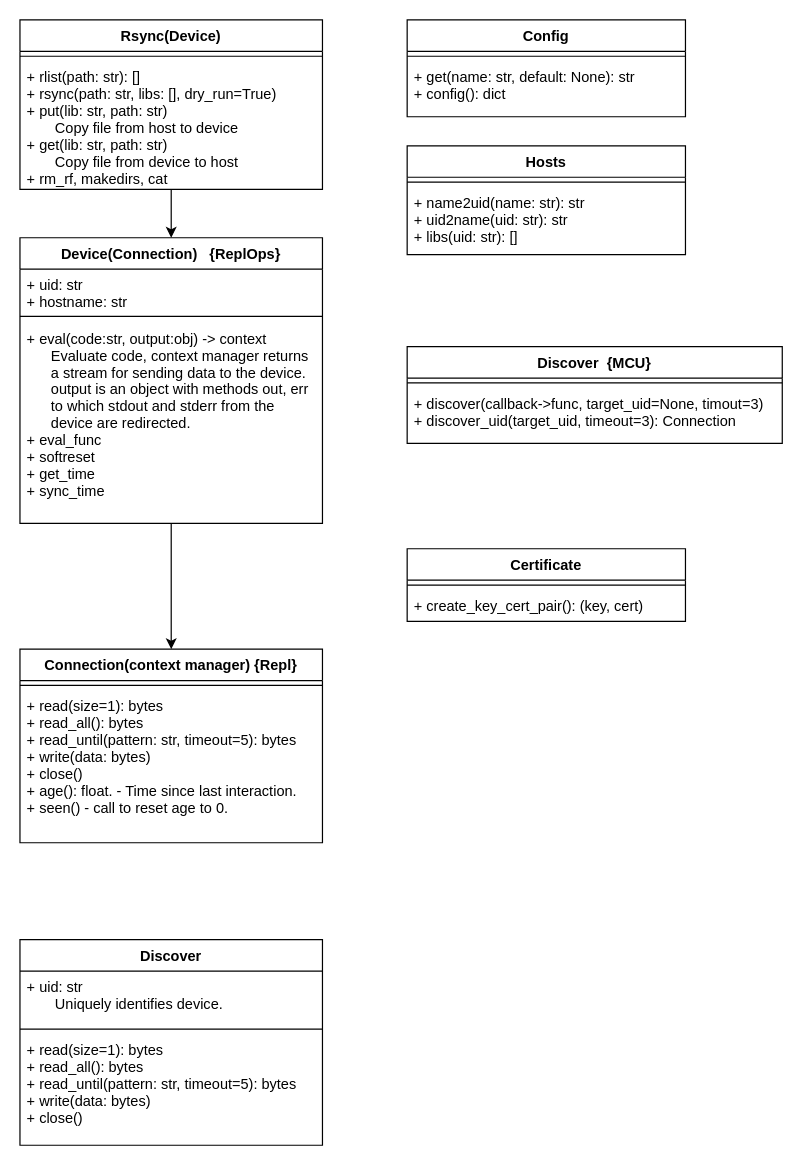
This is overview.dio from vtt-info/iot-device, a draw.io file, before an edit. Source tidied: cells renumbered, new cells numbered last; positions are measured from the earlier drawing's top-left corner, leaving out a move shared by most shapes. Both pictures are drawn from the tidied source at 121%, with x=0, y=0 at pixel (19, 19).
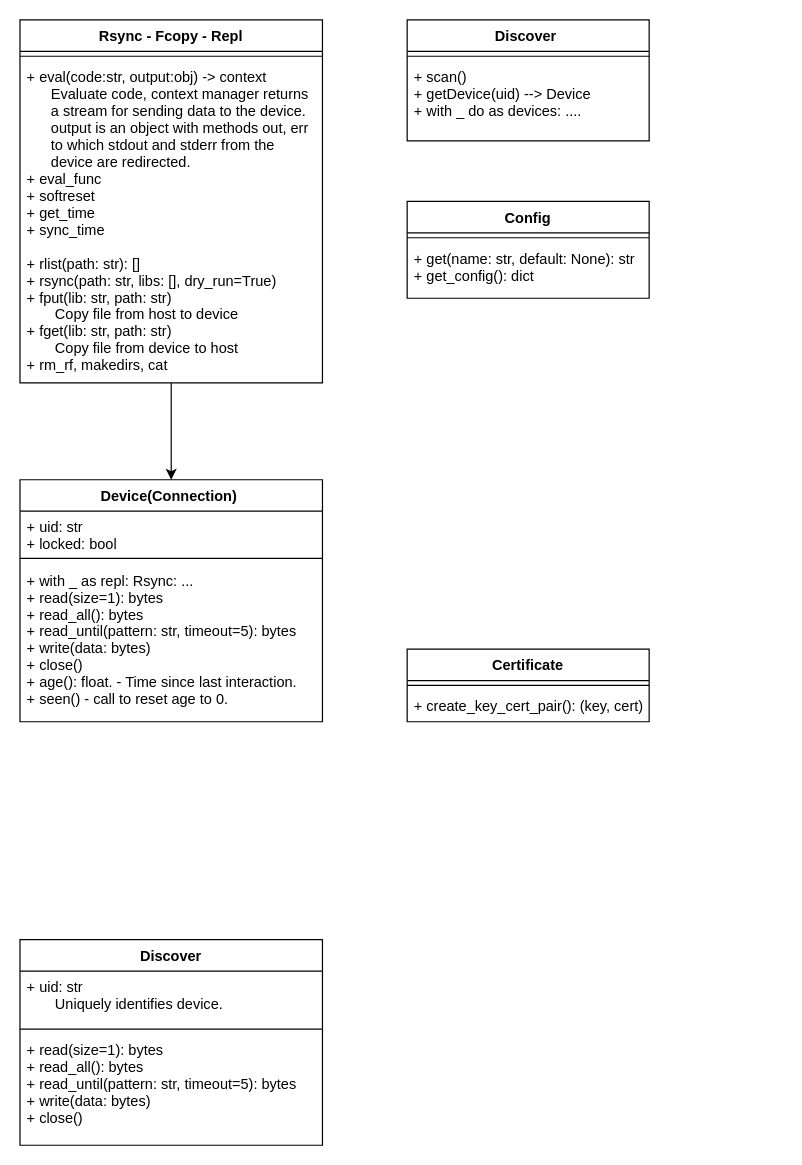
After the change.

Change to the diagram source:
```diff
@@
-    <mxCell id="2" style="edgeStyle=orthogonalEdgeStyle;rounded=0;html=1;entryX=0.5;entryY=0;jettySize=auto;" parent="1" edge="1" source="3" target="7">
-      <mxGeometry relative="1" as="geometry" />
-    </mxCell>
-    <mxCell id="3" value="Device(Connection)   {ReplOps}" style="swimlane;fontStyle=1;align=center;verticalAlign=top;horizontal=1;startSize=26;swimlaneFillColor=#ffffff;" parent="1" vertex="1">
-      <mxGeometry y="180" width="250" height="236" as="geometry" />
+    <mxCell id="3" value="Device(Connection) " style="swimlane;fontStyle=1;align=center;verticalAlign=top;horizontal=1;startSize=26;swimlaneFillColor=#ffffff;" parent="1" vertex="1">
+      <mxGeometry y="380" width="250" height="200" as="geometry" />
     </mxCell>
-    <mxCell id="4" value="+ uid: str&#10;+ hostname: str" style="text;strokeColor=none;fillColor=none;align=left;verticalAlign=top;spacingLeft=4;spacingRight=4;overflow=hidden;" parent="3" vertex="1">
+    <mxCell id="4" value="+ uid: str&#10;+ locked: bool" style="text;strokeColor=none;fillColor=none;align=left;verticalAlign=top;spacingLeft=4;spacingRight=4;overflow=hidden;" parent="3" vertex="1">
       <mxGeometry y="26" width="250" height="34" as="geometry" />
     </mxCell>
@@
-    <mxCell id="6" value="+ eval(code:str, output:obj) -&gt; context&#10;      Evaluate code, context manager returns &#10;      a stream for sending data to the device.&#10;      output is an object with methods out, err&#10;      to which stdout and stderr from the &#10;      device are redirected.&#10;+ eval_func&#10;+ softreset&#10;+ get_time&#10;+ sync_time&#10;&#10;" style="text;strokeColor=none;fillColor=none;align=left;verticalAlign=top;spacingLeft=4;spacingRight=4;overflow=hidden;" parent="3" vertex="1">
-      <mxGeometry y="70" width="250" height="166" as="geometry" />
+    <mxCell id="6" value="+ with _ as repl: Rsync: ...&#10;+ read(size=1): bytes&#10;+ read_all(): bytes&#10;+ read_until(pattern: str, timeout=5): bytes&#10;+ write(data: bytes)&#10;+ close()&#10;+ age(): float. - Time since last interaction.&#10;+ seen() - call to reset age to 0.&#10;" style="text;strokeColor=none;fillColor=none;align=left;verticalAlign=top;spacingLeft=4;spacingRight=4;overflow=hidden;" parent="3" vertex="1">
+      <mxGeometry y="70" width="250" height="130" as="geometry" />
     </mxCell>
-    <mxCell id="7" value="Connection(context manager) {Repl}" style="swimlane;fontStyle=1;align=center;verticalAlign=top;horizontal=1;startSize=26;swimlaneFillColor=#ffffff;" parent="1" vertex="1">
-      <mxGeometry y="520" width="250" height="160" as="geometry" />
-    </mxCell>
-    <mxCell id="8" style="line;strokeWidth=1;fillColor=none;align=left;verticalAlign=middle;spacingTop=-1;spacingLeft=3;spacingRight=3;labelPosition=right;" parent="7" vertex="1">
-      <mxGeometry y="26" width="250" height="8" as="geometry" />
-    </mxCell>
-    <mxCell id="9" value="+ read(size=1): bytes&#10;+ read_all(): bytes&#10;+ read_until(pattern: str, timeout=5): bytes&#10;+ write(data: bytes)&#10;+ close()&#10;+ age(): float. - Time since last interaction.&#10;+ seen() - call to reset age to 0.&#10;" style="text;strokeColor=none;fillColor=none;align=left;verticalAlign=top;spacingLeft=4;spacingRight=4;overflow=hidden;" parent="7" vertex="1">
-      <mxGeometry y="34" width="250" height="126" as="geometry" />
-    </mxCell>
@@
-    <mxCell id="11" value="Rsync(Device)" style="swimlane;fontStyle=1;align=center;verticalAlign=top;horizontal=1;startSize=26;swimlaneFillColor=#ffffff;" parent="1" vertex="1">
-      <mxGeometry width="250" height="140" as="geometry" />
+    <mxCell id="11" value="Rsync - Fcopy - Repl" style="swimlane;fontStyle=1;align=center;verticalAlign=top;horizontal=1;startSize=26;swimlaneFillColor=#ffffff;" parent="1" vertex="1">
+      <mxGeometry width="250" height="300" as="geometry" />
     </mxCell>
@@
-    <mxCell id="13" value="+ rlist(path: str): []&#10;+ rsync(path: str, libs: [], dry_run=True)&#10;+ put(lib: str, path: str)&#10;       Copy file from host to device&#10;+ get(lib: str, path: str)&#10;       Copy file from device to host&#10;+ rm_rf, makedirs, cat" style="text;strokeColor=none;fillColor=none;align=left;verticalAlign=top;spacingLeft=4;spacingRight=4;overflow=hidden;" parent="11" vertex="1">
-      <mxGeometry y="34" width="250" height="106" as="geometry" />
+    <mxCell id="13" value="+ eval(code:str, output:obj) -&gt; context&#10;      Evaluate code, context manager returns &#10;      a stream for sending data to the device.&#10;      output is an object with methods out, err&#10;      to which stdout and stderr from the &#10;      device are redirected.&#10;+ eval_func&#10;+ softreset&#10;+ get_time&#10;+ sync_time&#10;&#10;+ rlist(path: str): []&#10;+ rsync(path: str, libs: [], dry_run=True)&#10;+ fput(lib: str, path: str)&#10;       Copy file from host to device&#10;+ fget(lib: str, path: str)&#10;       Copy file from device to host&#10;+ rm_rf, makedirs, cat" style="text;strokeColor=none;fillColor=none;align=left;verticalAlign=top;spacingLeft=4;spacingRight=4;overflow=hidden;" parent="11" vertex="1">
+      <mxGeometry y="34" width="250" height="266" as="geometry" />
     </mxCell>
     <mxCell id="14" value="Config" style="swimlane;fontStyle=1;align=center;verticalAlign=top;horizontal=1;startSize=26;swimlaneFillColor=#ffffff;" parent="1" vertex="1">
-      <mxGeometry x="320" width="230" height="80" as="geometry" />
+      <mxGeometry x="320" y="150" width="200" height="80" as="geometry" />
     </mxCell>
     <mxCell id="15" style="line;strokeWidth=1;fillColor=none;align=left;verticalAlign=middle;spacingTop=-1;spacingLeft=3;spacingRight=3;labelPosition=right;" parent="14" vertex="1">
-      <mxGeometry y="26" width="230" height="8" as="geometry" />
+      <mxGeometry y="26" width="200" height="8" as="geometry" />
     </mxCell>
-    <mxCell id="16" value="+ get(name: str, default: None): str&#10;+ config(): dict" style="text;strokeColor=none;fillColor=none;align=left;verticalAlign=top;spacingLeft=4;spacingRight=4;overflow=hidden;" parent="14" vertex="1">
-      <mxGeometry y="34" width="230" height="46" as="geometry" />
+    <mxCell id="16" value="+ get(name: str, default: None): str&#10;+ get_config(): dict" style="text;strokeColor=none;fillColor=none;align=left;verticalAlign=top;spacingLeft=4;spacingRight=4;overflow=hidden;" parent="14" vertex="1">
+      <mxGeometry y="34" width="200" height="46" as="geometry" />
     </mxCell>
-    <mxCell id="17" value="Hosts" style="swimlane;fontStyle=1;align=center;verticalAlign=top;horizontal=1;startSize=26;swimlaneFillColor=#ffffff;" parent="1" vertex="1">
-      <mxGeometry x="320" y="104" width="230" height="90" as="geometry" />
-    </mxCell>
-    <mxCell id="18" style="line;strokeWidth=1;fillColor=none;align=left;verticalAlign=middle;spacingTop=-1;spacingLeft=3;spacingRight=3;labelPosition=right;" parent="17" vertex="1">
-      <mxGeometry y="26" width="230" height="8" as="geometry" />
-    </mxCell>
-    <mxCell id="19" value="+ name2uid(name: str): str&#10;+ uid2name(uid: str): str&#10;+ libs(uid: str): []" style="text;strokeColor=none;fillColor=none;align=left;verticalAlign=top;spacingLeft=4;spacingRight=4;overflow=hidden;" parent="17" vertex="1">
-      <mxGeometry y="34" width="230" height="56" as="geometry" />
-    </mxCell>
-    <mxCell id="20" value="Discover  {MCU}" style="swimlane;fontStyle=1;align=center;verticalAlign=top;horizontal=1;startSize=26;swimlaneFillColor=#ffffff;" parent="1" vertex="1">
-      <mxGeometry x="320" y="270" width="310" height="80" as="geometry" />
+    <mxCell id="20" value="Discover " style="swimlane;fontStyle=1;align=center;verticalAlign=top;horizontal=1;startSize=26;swimlaneFillColor=#ffffff;" parent="1" vertex="1">
+      <mxGeometry x="320" width="200" height="100" as="geometry" />
     </mxCell>
     <mxCell id="21" style="line;strokeWidth=1;fillColor=none;align=left;verticalAlign=middle;spacingTop=-1;spacingLeft=3;spacingRight=3;labelPosition=right;" parent="20" vertex="1">
-      <mxGeometry y="26" width="310" height="8" as="geometry" />
+      <mxGeometry y="26" width="200" height="8" as="geometry" />
     </mxCell>
-    <mxCell id="22" value="+ discover(callback-&gt;func, target_uid=None, timout=3)&#10;+ discover_uid(target_uid, timeout=3): Connection" style="text;strokeColor=none;fillColor=none;align=left;verticalAlign=top;spacingLeft=4;spacingRight=4;overflow=hidden;" parent="20" vertex="1">
-      <mxGeometry y="34" width="310" height="46" as="geometry" />
+    <mxCell id="22" value="+ scan()&#10;+ getDevice(uid) --&gt; Device&#10;+ with _ do as devices: ....&#10;" style="text;strokeColor=none;fillColor=none;align=left;verticalAlign=top;spacingLeft=4;spacingRight=4;overflow=hidden;" parent="20" vertex="1">
+      <mxGeometry y="34" width="200" height="66" as="geometry" />
     </mxCell>
     <mxCell id="23" value="Certificate" style="swimlane;fontStyle=1;align=center;verticalAlign=top;horizontal=1;startSize=26;swimlaneFillColor=#ffffff;" parent="1" vertex="1">
-      <mxGeometry x="320" y="437" width="230" height="60" as="geometry" />
+      <mxGeometry x="320" y="520" width="200" height="60" as="geometry" />
     </mxCell>
     <mxCell id="24" style="line;strokeWidth=1;fillColor=none;align=left;verticalAlign=middle;spacingTop=-1;spacingLeft=3;spacingRight=3;labelPosition=right;" parent="23" vertex="1">
-      <mxGeometry y="26" width="230" height="8" as="geometry" />
+      <mxGeometry y="26" width="200" height="8" as="geometry" />
     </mxCell>
     <mxCell id="25" value="+ create_key_cert_pair(): (key, cert)" style="text;strokeColor=none;fillColor=none;align=left;verticalAlign=top;spacingLeft=4;spacingRight=4;overflow=hidden;" parent="23" vertex="1">
-      <mxGeometry y="34" width="230" height="26" as="geometry" />
+      <mxGeometry y="34" width="200" height="26" as="geometry" />
     </mxCell>
```
